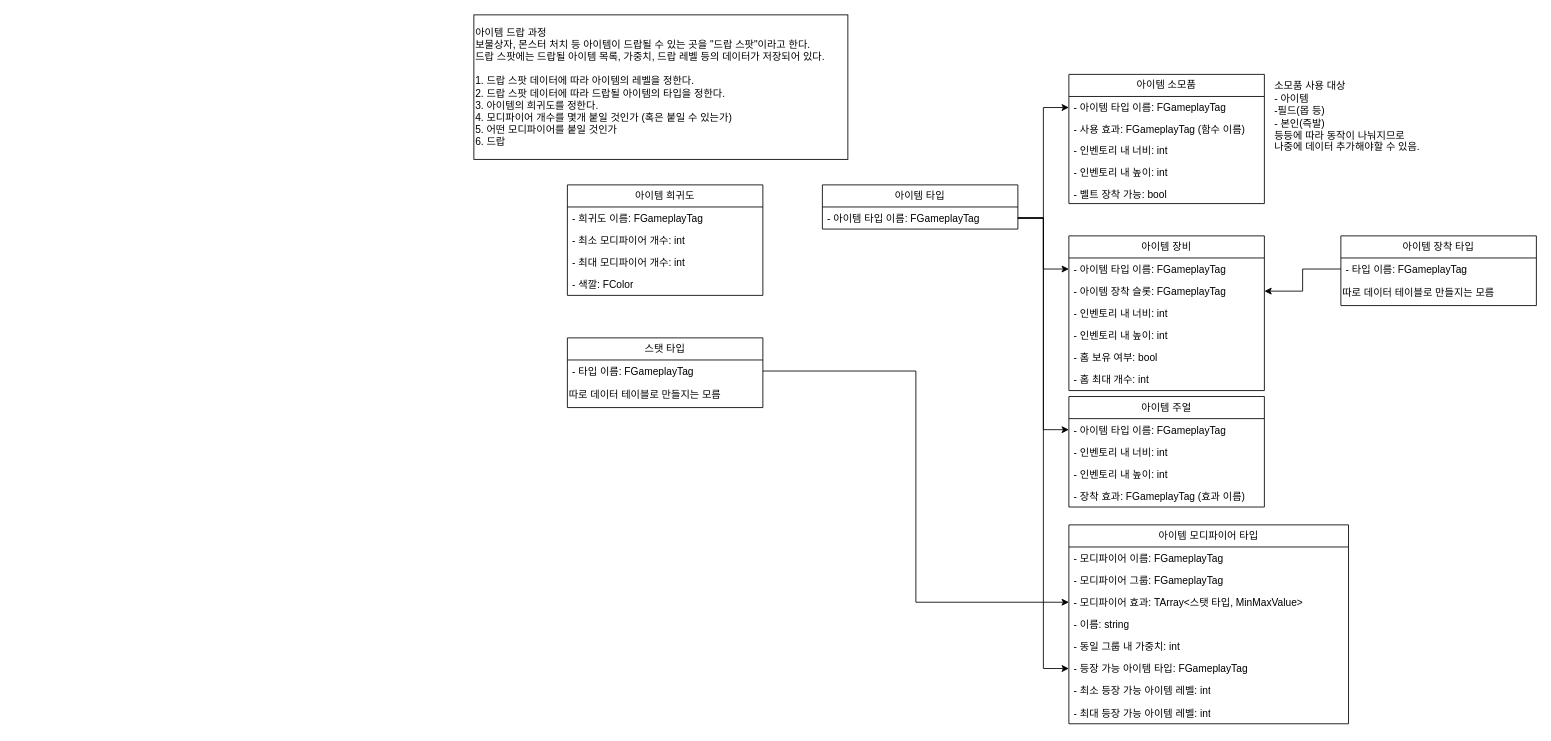
virtus2/prototype keeps this draw.io diagram as ItemData.drawio. Above is the earlier version. Source tidied: cells renumbered, new cells numbered last; positions are measured from the earlier drawing's top-left corner, leaving out a move shared by most shapes. Both pictures are drawn from the tidied source at 85%, with x=0, y=0 at pixel (473, 14).
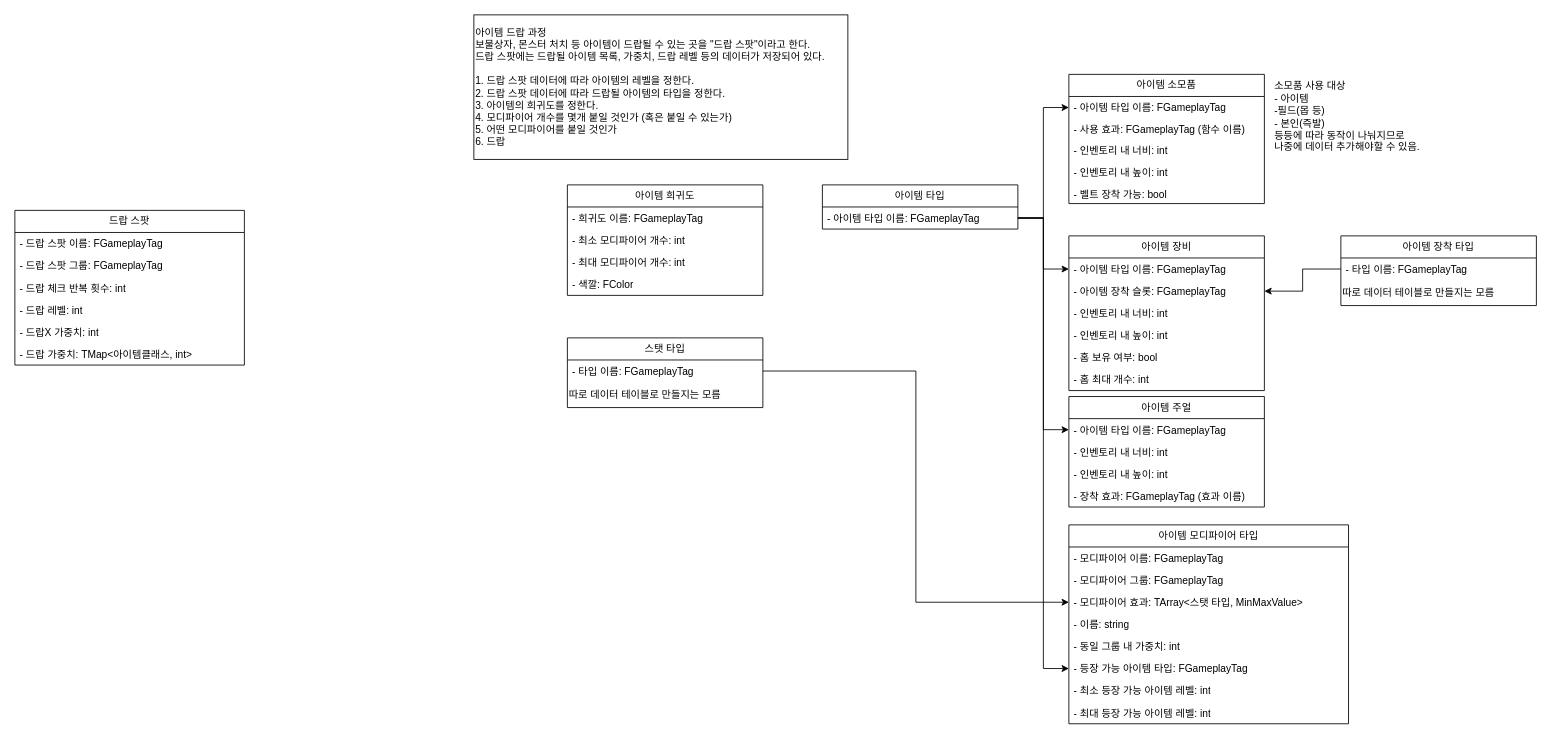
After the change.

Commit message:
docs: 데이터 구조도 업데이트

Diff of the diagram source:
```diff
@@
+    <mxCell id="50" value="드랍 스팟" style="swimlane;fontStyle=0;horizontal=1;startSize=26;fillColor=none;whiteSpace=wrap;html=1;" parent="1" vertex="1">
+      <mxGeometry x="-540" y="230" width="270" height="182" as="geometry" />
+    </mxCell>
+    <mxCell id="51" value="- 드랍 스팟 이름: FGameplayTag" style="text;strokeColor=none;fillColor=none;align=left;verticalAlign=top;spacingLeft=4;spacingRight=4;overflow=hidden;whiteSpace=wrap;html=1;" parent="50" vertex="1">
+      <mxGeometry y="26" width="270" height="26" as="geometry" />
+    </mxCell>
+    <mxCell id="52" value="- 드랍 스팟 그룹: FGameplayTag&lt;br&gt;" style="text;strokeColor=none;fillColor=none;align=left;verticalAlign=top;spacingLeft=4;spacingRight=4;overflow=hidden;whiteSpace=wrap;html=1;" parent="50" vertex="1">
+      <mxGeometry y="52" width="270" height="26" as="geometry" />
+    </mxCell>
+    <mxCell id="53" value="- 드랍 체크 반복 횟수: int" style="text;strokeColor=none;fillColor=none;align=left;verticalAlign=top;spacingLeft=4;spacingRight=4;overflow=hidden;whiteSpace=wrap;html=1;" parent="50" vertex="1">
+      <mxGeometry y="78" width="270" height="26" as="geometry" />
+    </mxCell>
+    <mxCell id="54" value="- 드랍 레벨: int" style="text;strokeColor=none;fillColor=none;align=left;verticalAlign=top;spacingLeft=4;spacingRight=4;overflow=hidden;whiteSpace=wrap;html=1;" parent="50" vertex="1">
+      <mxGeometry y="104" width="270" height="26" as="geometry" />
+    </mxCell>
+    <mxCell id="55" value="- 드랍X 가중치: int" style="text;strokeColor=none;fillColor=none;align=left;verticalAlign=top;spacingLeft=4;spacingRight=4;overflow=hidden;whiteSpace=wrap;html=1;" parent="50" vertex="1">
+      <mxGeometry y="130" width="270" height="26" as="geometry" />
+    </mxCell>
+    <mxCell id="56" value="- 드랍 가중치: TMap&amp;lt;아이템클래스, int&amp;gt;" style="text;strokeColor=none;fillColor=none;align=left;verticalAlign=top;spacingLeft=4;spacingRight=4;overflow=hidden;whiteSpace=wrap;html=1;" parent="50" vertex="1">
+      <mxGeometry y="156" width="270" height="26" as="geometry" />
+    </mxCell>
```
